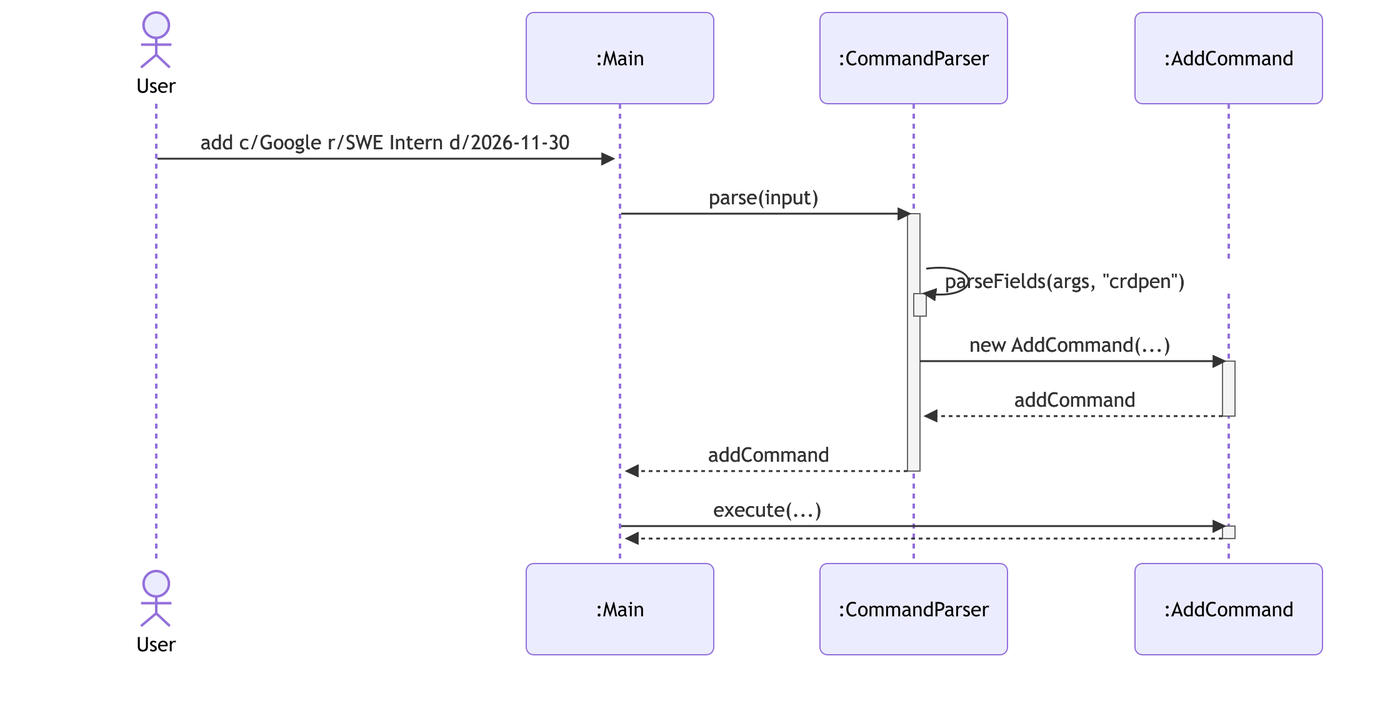
The Mermaid diagram docs/diagrams/typed-command-sequence.png in AY2627S1-CS2113-T10-2/tp, before a commit. Its source is kept beside it as docs/diagrams/sources/typed-command-sequence.mmd.
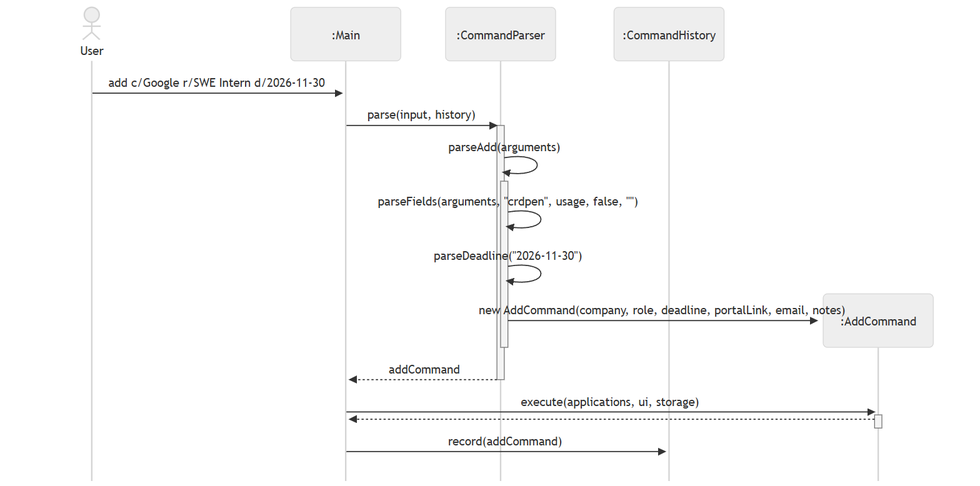
After the commit.

The edit, as a diff of the source:
```diff
@@ -1,25 +1,24 @@
-%%{init: {'theme': 'default', 'sequence': {'actorMargin': 85, 'messageMargin': 45}}}%%
-%%{init: {'theme': 'default', 'sequence': {'actorMargin': 85, 'messageMargin': 45}}}%%
-%%{init: {'theme': 'default', 'sequence': {'actorMargin': 85, 'messageMargin': 45}}}%%
+%%{init: {'theme': 'neutral', 'sequence': {'mirrorActors': false, 'actorMargin': 60, 'messageMargin': 28}}}%%
 sequenceDiagram
     actor user as User
     participant main as :Main
     participant parser as :CommandParser
-    participant cmd as :AddCommand
+    participant history as :CommandHistory
 
     user->>main: add c/Google r/SWE Intern d/2026-11-30
-    main->>parser: parse(input)
+    main->>parser: parse(input, history)
     activate parser
-    parser->>parser: parseFields(args, "crdpen")
+    parser->>parser: parseAdd(arguments)
     activate parser
+    parser->>parser: parseFields(arguments, "crdpen", usage, false, "")
+    parser->>parser: parseDeadline("2026-11-30")
+    create participant cmd as :AddCommand
+    parser->>cmd: new AddCommand(company, role, deadline, portalLink, email, notes)
     deactivate parser
-    parser->>cmd: new AddCommand(...)
-    activate cmd
-    cmd-->>parser: addCommand
-    deactivate cmd
     parser-->>main: addCommand
     deactivate parser
-    main->>cmd: execute(...)
+    main->>cmd: execute(applications, ui, storage)
     activate cmd
     cmd-->>main:
     deactivate cmd
+    main->>history: record(addCommand)
```
